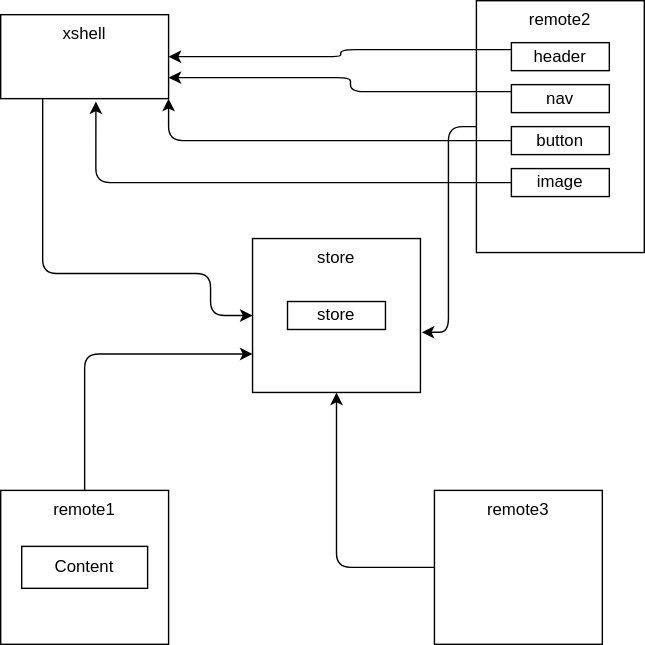
Before: architecture.dio.svg, a diagram exported from draw.io (jozemario/training-nodejs). Source tidied: cells renumbered, new cells last; positions are measured from the earlier drawing's top-left corner, leaving out a move shared by most shapes.
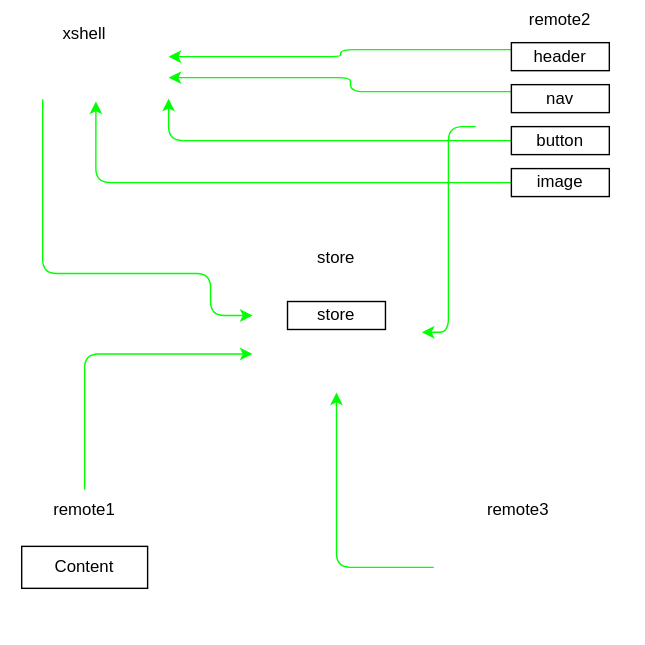
Above is the later version.

Commit message:
building remote structure

Change to the diagram source:
```diff
@@ -2,10 +2,10 @@
   <root>
     <mxCell id="0" />
     <mxCell id="1" parent="0" />
-    <mxCell id="2" value="store" style="rounded=0;whiteSpace=wrap;html=1;verticalAlign=top;" parent="1" vertex="1">
+    <mxCell id="2" value="store" style="rounded=0;whiteSpace=wrap;html=1;verticalAlign=top;fillColor=none;strokeColor=#FFFFFF;glass=0;shadow=0;" parent="1" vertex="1">
       <mxGeometry x="180" y="170" width="120" height="110" as="geometry" />
     </mxCell>
-    <mxCell id="3" style="edgeStyle=orthogonalEdgeStyle;html=1;entryX=0;entryY=0.5;entryDx=0;entryDy=0;elbow=vertical;" parent="1" edge="1" source="4" target="2">
+    <mxCell id="3" style="edgeStyle=orthogonalEdgeStyle;html=1;entryX=0;entryY=0.5;entryDx=0;entryDy=0;elbow=vertical;fillColor=#60a917;strokeColor=#00FF00;" parent="1" edge="1" source="4" target="2">
       <mxGeometry relative="1" as="geometry">
         <Array as="points">
           <mxPoint x="30" y="195" />
@@ -14,16 +14,16 @@
         </Array>
       </mxGeometry>
     </mxCell>
-    <mxCell id="4" value="xshell" style="rounded=0;whiteSpace=wrap;html=1;verticalAlign=top;" parent="1" vertex="1">
+    <mxCell id="4" value="xshell" style="rounded=0;whiteSpace=wrap;html=1;verticalAlign=top;fillColor=none;strokeColor=#FFFFFF;glass=0;shadow=0;" parent="1" vertex="1">
       <mxGeometry y="10" width="120" height="60" as="geometry" />
     </mxCell>
-    <mxCell id="5" style="edgeStyle=orthogonalEdgeStyle;html=1;entryX=1.008;entryY=0.609;entryDx=0;entryDy=0;entryPerimeter=0;elbow=vertical;" parent="1" edge="1" source="6" target="2">
+    <mxCell id="5" style="edgeStyle=orthogonalEdgeStyle;html=1;entryX=1.008;entryY=0.609;entryDx=0;entryDy=0;entryPerimeter=0;elbow=vertical;fillColor=#60a917;strokeColor=#00FF00;" parent="1" edge="1" source="6" target="2">
       <mxGeometry relative="1" as="geometry" />
     </mxCell>
-    <mxCell id="6" value="remote2" style="rounded=0;whiteSpace=wrap;html=1;verticalAlign=top;" parent="1" vertex="1">
+    <mxCell id="6" value="remote2" style="rounded=0;whiteSpace=wrap;html=1;verticalAlign=top;fillColor=none;strokeColor=#FFFFFF;glass=0;shadow=0;" parent="1" vertex="1">
       <mxGeometry x="340" width="120" height="180" as="geometry" />
     </mxCell>
-    <mxCell id="7" style="edgeStyle=orthogonalEdgeStyle;html=1;exitX=0;exitY=0.25;exitDx=0;exitDy=0;elbow=vertical;" parent="1" edge="1" source="8" target="4">
+    <mxCell id="7" style="edgeStyle=orthogonalEdgeStyle;html=1;exitX=0;exitY=0.25;exitDx=0;exitDy=0;elbow=vertical;fillColor=#60a917;strokeColor=#00FF00;" parent="1" edge="1" source="8" target="4">
       <mxGeometry relative="1" as="geometry">
         <Array as="points">
           <mxPoint x="243" y="35" />
@@ -37,19 +37,19 @@
     <mxCell id="9" value="store" style="rounded=0;whiteSpace=wrap;html=1;" parent="1" vertex="1">
       <mxGeometry x="205" y="215" width="70" height="20" as="geometry" />
     </mxCell>
-    <mxCell id="10" style="edgeStyle=orthogonalEdgeStyle;html=1;exitX=0.5;exitY=0;exitDx=0;exitDy=0;entryX=0;entryY=0.75;entryDx=0;entryDy=0;elbow=vertical;" parent="1" edge="1" source="11" target="2">
+    <mxCell id="10" style="edgeStyle=orthogonalEdgeStyle;html=1;exitX=0.5;exitY=0;exitDx=0;exitDy=0;entryX=0;entryY=0.75;entryDx=0;entryDy=0;elbow=vertical;fillColor=#60a917;strokeColor=#00FF00;" parent="1" edge="1" source="11" target="2">
       <mxGeometry relative="1" as="geometry" />
     </mxCell>
-    <mxCell id="11" value="remote1" style="rounded=0;whiteSpace=wrap;html=1;verticalAlign=top;" parent="1" vertex="1">
+    <mxCell id="11" value="remote1" style="rounded=0;whiteSpace=wrap;html=1;verticalAlign=top;fillColor=none;strokeColor=#FFFFFF;glass=0;shadow=0;" parent="1" vertex="1">
       <mxGeometry y="350" width="120" height="110" as="geometry" />
     </mxCell>
-    <mxCell id="12" style="edgeStyle=orthogonalEdgeStyle;html=1;" parent="1" edge="1" source="13" target="2">
+    <mxCell id="12" style="edgeStyle=orthogonalEdgeStyle;html=1;fillColor=#60a917;strokeColor=#00FF00;" parent="1" edge="1" source="13" target="2">
       <mxGeometry relative="1" as="geometry" />
     </mxCell>
-    <mxCell id="13" value="remote3" style="rounded=0;whiteSpace=wrap;html=1;verticalAlign=top;" parent="1" vertex="1">
+    <mxCell id="13" value="remote3" style="rounded=0;whiteSpace=wrap;html=1;verticalAlign=top;fillColor=none;strokeColor=#FFFFFF;glass=0;shadow=0;" parent="1" vertex="1">
       <mxGeometry x="310" y="350" width="120" height="110" as="geometry" />
     </mxCell>
-    <mxCell id="14" style="edgeStyle=orthogonalEdgeStyle;html=1;exitX=0;exitY=0.25;exitDx=0;exitDy=0;entryX=1;entryY=0.75;entryDx=0;entryDy=0;elbow=vertical;" parent="1" edge="1" source="15" target="4">
+    <mxCell id="14" style="edgeStyle=orthogonalEdgeStyle;html=1;exitX=0;exitY=0.25;exitDx=0;exitDy=0;entryX=1;entryY=0.75;entryDx=0;entryDy=0;elbow=vertical;fillColor=#60a917;strokeColor=#00FF00;" parent="1" edge="1" source="15" target="4">
       <mxGeometry relative="1" as="geometry">
         <Array as="points">
           <mxPoint x="250" y="65" />
@@ -63,13 +63,13 @@
     <mxCell id="16" value="Content&lt;br&gt;" style="rounded=0;whiteSpace=wrap;html=1;" parent="1" vertex="1">
       <mxGeometry x="15" y="390" width="90" height="30" as="geometry" />
     </mxCell>
-    <mxCell id="17" style="edgeStyle=orthogonalEdgeStyle;html=1;exitX=0;exitY=0.5;exitDx=0;exitDy=0;entryX=1;entryY=1;entryDx=0;entryDy=0;elbow=vertical;" parent="1" edge="1" source="18" target="4">
+    <mxCell id="17" style="edgeStyle=orthogonalEdgeStyle;html=1;exitX=0;exitY=0.5;exitDx=0;exitDy=0;entryX=1;entryY=1;entryDx=0;entryDy=0;elbow=vertical;fillColor=#60a917;strokeColor=#00FF00;" parent="1" edge="1" source="18" target="4">
       <mxGeometry relative="1" as="geometry" />
     </mxCell>
     <mxCell id="18" value="button" style="rounded=0;whiteSpace=wrap;html=1;" parent="1" vertex="1">
       <mxGeometry x="365" y="90" width="70" height="20" as="geometry" />
     </mxCell>
-    <mxCell id="19" style="edgeStyle=orthogonalEdgeStyle;html=1;exitX=0;exitY=0.5;exitDx=0;exitDy=0;entryX=0.567;entryY=1.033;entryDx=0;entryDy=0;entryPerimeter=0;elbow=vertical;" parent="1" edge="1" source="20" target="4">
+    <mxCell id="19" style="edgeStyle=orthogonalEdgeStyle;html=1;exitX=0;exitY=0.5;exitDx=0;exitDy=0;entryX=0.567;entryY=1.033;entryDx=0;entryDy=0;entryPerimeter=0;elbow=vertical;fillColor=#60a917;strokeColor=#00FF00;" parent="1" edge="1" source="20" target="4">
       <mxGeometry relative="1" as="geometry" />
     </mxCell>
     <mxCell id="20" value="image" style="rounded=0;whiteSpace=wrap;html=1;" parent="1" vertex="1">
```
